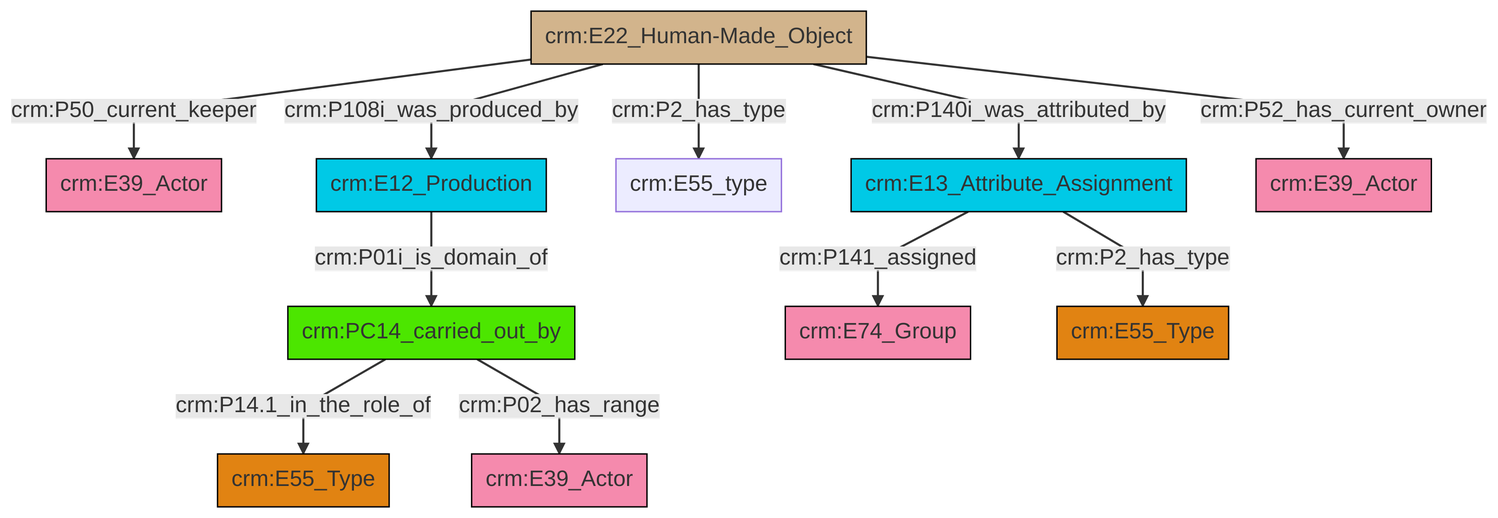
Earlier version of the Mermaid export et/artworkCSV/ttl/mmd/png/Artwork_Actor_Relations.png (swiss-art-research-net/reference-data-models). Its source is kept beside it as et/artworkCSV/ttl/mmd/Artwork_Actor_Relations.ttl.mmd.
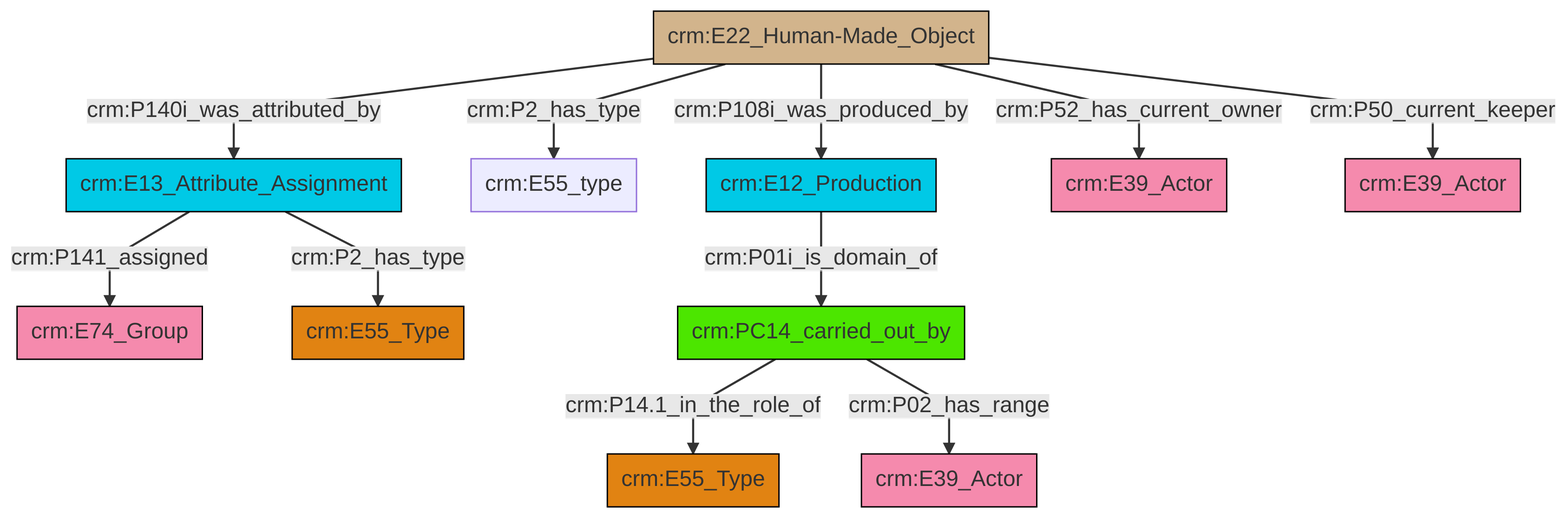
After the commit.

The edit, as a diff of the source:
```diff
@@ -13,13 +13,13 @@
 classDef PC_Classes fill:#4ce600, stroke:#000000;
 classDef Multi fill:#cccccc,stroke:#000000;
 
-2["crm:E22_Human-Made_Object"]:::Physical_Thing -->|crm:P140i_was_attributed_by| 3["crm:E13_Attribute_Assignment"]:::Temporal_Entity
-5["crm:PC14_carried_out_by"]:::PC_Classes -->|crm:P14.1_in_the_role_of| 6["crm:E55_Type"]:::Type
-13["crm:E12_Production"]:::Temporal_Entity -->|crm:P01i_is_domain_of| 5["crm:PC14_carried_out_by"]:::PC_Classes
-5["crm:PC14_carried_out_by"]:::PC_Classes -->|crm:P02_has_range| 18["crm:E39_Actor"]:::Actor
-2["crm:E22_Human-Made_Object"]:::Physical_Thing -->|crm:P2_has_type| 10["crm:E55_type"]:::Default
+0["crm:E13_Attribute_Assignment"]:::Temporal_Entity -->|crm:P141_assigned| 1["crm:E74_Group"]:::Actor
+8["crm:PC14_carried_out_by"]:::PC_Classes -->|crm:P14.1_in_the_role_of| 9["crm:E55_Type"]:::Type
+2["crm:E22_Human-Made_Object"]:::Physical_Thing -->|crm:P2_has_type| 4["crm:E55_type"]:::Default
+8["crm:PC14_carried_out_by"]:::PC_Classes -->|crm:P02_has_range| 12["crm:E39_Actor"]:::Actor
+2["crm:E22_Human-Made_Object"]:::Physical_Thing -->|crm:P52_has_current_owner| 15["crm:E39_Actor"]:::Actor
+2["crm:E22_Human-Made_Object"]:::Physical_Thing -->|crm:P140i_was_attributed_by| 0["crm:E13_Attribute_Assignment"]:::Temporal_Entity
+2["crm:E22_Human-Made_Object"]:::Physical_Thing -->|crm:P50_current_keeper| 18["crm:E39_Actor"]:::Actor
+0["crm:E13_Attribute_Assignment"]:::Temporal_Entity -->|crm:P2_has_type| 6["crm:E55_Type"]:::Type
+13["crm:E12_Production"]:::Temporal_Entity -->|crm:P01i_is_domain_of| 8["crm:PC14_carried_out_by"]:::PC_Classes
 2["crm:E22_Human-Made_Object"]:::Physical_Thing -->|crm:P108i_was_produced_by| 13["crm:E12_Production"]:::Temporal_Entity
-2["crm:E22_Human-Made_Object"]:::Physical_Thing -->|crm:P50_current_keeper| 0["crm:E39_Actor"]:::Actor
-3["crm:E13_Attribute_Assignment"]:::Temporal_Entity -->|crm:P2_has_type| 16["crm:E55_Type"]:::Type
-3["crm:E13_Attribute_Assignment"]:::Temporal_Entity -->|crm:P141_assigned| 8["crm:E74_Group"]:::Actor
-2["crm:E22_Human-Made_Object"]:::Physical_Thing -->|crm:P52_has_current_owner| 14["crm:E39_Actor"]:::Actor
```
